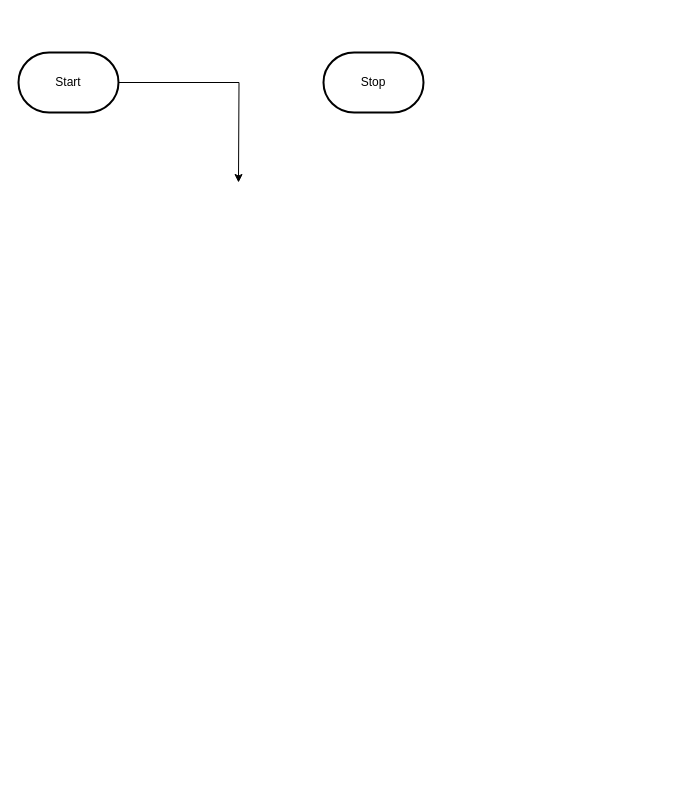
MTHS-ICD2O-1-2024/ICD2O-Unit-6-03-Olivia-Ten-Den keeps this draw.io diagram as design/flowchart.drawio. Above is the earlier version. Source tidied: cells renumbered, new cells numbered last; positions are measured from the earlier drawing's top-left corner, leaving out a move shared by most shapes. Both pictures are drawn from the tidied source at 100%, with x=0, y=0 at pixel (18, 52).
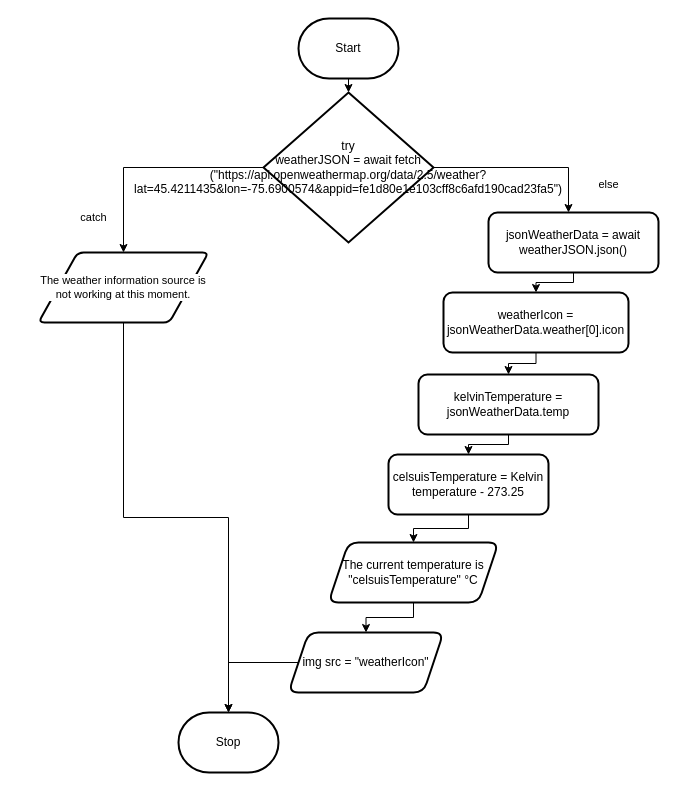
The same page after the edit.

Commit message:
finished flowchart?

Change to the diagram source:
```diff
@@
-    <mxCell id="2" style="edgeStyle=orthogonalEdgeStyle;shape=connector;rounded=0;html=1;strokeColor=default;align=center;verticalAlign=middle;fontFamily=Helvetica;fontSize=11;fontColor=default;labelBackgroundColor=default;endArrow=classic;" parent="1" edge="1" source="3">
-      <mxGeometry relative="1" as="geometry">
-        <mxPoint x="220" y="130" as="targetPoint" />
-      </mxGeometry>
-    </mxCell>
+    <mxCell id="5" style="edgeStyle=orthogonalEdgeStyle;shape=connector;rounded=0;html=1;strokeColor=default;align=center;verticalAlign=middle;fontFamily=Helvetica;fontSize=11;fontColor=default;labelBackgroundColor=default;endArrow=classic;" parent="1" edge="1" source="3" target="8">
+      <mxGeometry relative="1" as="geometry" />
+    </mxCell>
     <mxCell id="3" value="Start" style="strokeWidth=2;html=1;shape=mxgraph.flowchart.terminator;whiteSpace=wrap;" parent="1" vertex="1">
-      <mxGeometry width="100" height="60" as="geometry" />
+      <mxGeometry x="280" y="-34" width="100" height="60" as="geometry" />
     </mxCell>
     <mxCell id="4" value="Stop" style="strokeWidth=2;html=1;shape=mxgraph.flowchart.terminator;whiteSpace=wrap;" parent="1" vertex="1">
-      <mxGeometry x="305" width="100" height="60" as="geometry" />
+      <mxGeometry x="160" y="660" width="100" height="60" as="geometry" />
     </mxCell>
+    <mxCell id="6" style="edgeStyle=orthogonalEdgeStyle;shape=connector;rounded=0;html=1;strokeColor=default;align=center;verticalAlign=middle;fontFamily=Helvetica;fontSize=11;fontColor=default;labelBackgroundColor=default;endArrow=classic;entryX=0.5;entryY=0;entryDx=0;entryDy=0;" parent="1" edge="1" source="8" target="10">
+      <mxGeometry relative="1" as="geometry" />
+    </mxCell>
+    <mxCell id="7" style="edgeStyle=orthogonalEdgeStyle;shape=connector;rounded=0;html=1;strokeColor=default;align=center;verticalAlign=middle;fontFamily=Helvetica;fontSize=11;fontColor=default;labelBackgroundColor=default;endArrow=classic;" parent="1" edge="1" source="8" target="13">
+      <mxGeometry relative="1" as="geometry">
+        <Array as="points">
+          <mxPoint x="550" y="115" />
+        </Array>
+      </mxGeometry>
+    </mxCell>
+    <mxCell id="8" value="try&lt;div&gt;weatherJSON = await fetch&lt;/div&gt;&lt;div&gt;(&quot;https://api.openweathermap.org/data/2.5/weather?lat=45.4211435&amp;amp;lon=-75.6900574&amp;amp;appid=fe1d80e1e103cff8c6afd190cad23fa5&quot;)&lt;/div&gt;" style="rhombus;whiteSpace=wrap;html=1;strokeWidth=2;" parent="1" vertex="1">
+      <mxGeometry x="245" y="40" width="170" height="150" as="geometry" />
+    </mxCell>
+    <mxCell id="9" style="edgeStyle=orthogonalEdgeStyle;shape=connector;rounded=0;html=1;strokeColor=default;align=center;verticalAlign=middle;fontFamily=Helvetica;fontSize=11;fontColor=default;labelBackgroundColor=default;endArrow=classic;" parent="1" edge="1" source="10" target="4">
+      <mxGeometry relative="1" as="geometry" />
+    </mxCell>
+    <mxCell id="10" value="The weather information source is not working at this moment." style="shape=parallelogram;html=1;strokeWidth=2;perimeter=parallelogramPerimeter;whiteSpace=wrap;rounded=1;arcSize=12;size=0.23;fontFamily=Helvetica;fontSize=11;fontColor=default;labelBackgroundColor=default;" parent="1" vertex="1">
+      <mxGeometry x="20" y="200" width="170" height="70" as="geometry" />
+    </mxCell>
+    <mxCell id="11" value="catch" style="text;html=1;align=center;verticalAlign=middle;strokeColor=none;fillColor=none;fontFamily=Helvetica;fontSize=11;fontColor=default;labelBackgroundColor=default;" parent="1" vertex="1">
+      <mxGeometry x="50" y="150" width="50" height="30" as="geometry" />
+    </mxCell>
+    <mxCell id="12" style="edgeStyle=orthogonalEdgeStyle;shape=connector;rounded=0;html=1;strokeColor=default;align=center;verticalAlign=middle;fontFamily=Helvetica;fontSize=11;fontColor=default;labelBackgroundColor=default;endArrow=classic;" parent="1" edge="1" source="13" target="16">
+      <mxGeometry relative="1" as="geometry" />
+    </mxCell>
+    <mxCell id="13" value="jsonWeatherData = await weatherJSON.json()" style="rounded=1;whiteSpace=wrap;html=1;strokeWidth=2;" parent="1" vertex="1">
+      <mxGeometry x="470" y="160" width="170" height="60" as="geometry" />
+    </mxCell>
+    <mxCell id="14" value="else" style="text;html=1;align=center;verticalAlign=middle;strokeColor=none;fillColor=none;fontFamily=Helvetica;fontSize=11;fontColor=default;labelBackgroundColor=default;" parent="1" vertex="1">
+      <mxGeometry x="570" y="117" width="40" height="30" as="geometry" />
+    </mxCell>
+    <mxCell id="15" style="edgeStyle=orthogonalEdgeStyle;shape=connector;rounded=0;html=1;strokeColor=default;align=center;verticalAlign=middle;fontFamily=Helvetica;fontSize=11;fontColor=default;labelBackgroundColor=default;endArrow=classic;" parent="1" edge="1" source="16" target="18">
+      <mxGeometry relative="1" as="geometry" />
+    </mxCell>
+    <mxCell id="16" value="weatherIcon = jsonWeatherData.weather[0].icon" style="rounded=1;whiteSpace=wrap;html=1;strokeWidth=2;" parent="1" vertex="1">
+      <mxGeometry x="425" y="240" width="185" height="60" as="geometry" />
+    </mxCell>
+    <mxCell id="17" style="edgeStyle=orthogonalEdgeStyle;shape=connector;rounded=0;html=1;strokeColor=default;align=center;verticalAlign=middle;fontFamily=Helvetica;fontSize=11;fontColor=default;labelBackgroundColor=default;endArrow=classic;" parent="1" edge="1" source="18" target="20">
+      <mxGeometry relative="1" as="geometry" />
+    </mxCell>
+    <mxCell id="18" value="kelvinTemperature = jsonWeatherData.temp" style="whiteSpace=wrap;html=1;rounded=1;strokeWidth=2;" parent="1" vertex="1">
+      <mxGeometry x="400" y="322" width="180" height="60" as="geometry" />
+    </mxCell>
+    <mxCell id="19" style="edgeStyle=orthogonalEdgeStyle;shape=connector;rounded=0;html=1;strokeColor=default;align=center;verticalAlign=middle;fontFamily=Helvetica;fontSize=11;fontColor=default;labelBackgroundColor=default;endArrow=classic;" parent="1" edge="1" source="20" target="22">
+      <mxGeometry relative="1" as="geometry" />
+    </mxCell>
+    <mxCell id="20" value="celsuisTemperature = Kelvin temperature - 273.25" style="whiteSpace=wrap;html=1;rounded=1;strokeWidth=2;" parent="1" vertex="1">
+      <mxGeometry x="370" y="402" width="160" height="60" as="geometry" />
+    </mxCell>
+    <mxCell id="21" style="edgeStyle=orthogonalEdgeStyle;shape=connector;rounded=0;html=1;strokeColor=default;align=center;verticalAlign=middle;fontFamily=Helvetica;fontSize=11;fontColor=default;labelBackgroundColor=default;endArrow=classic;" parent="1" edge="1" source="22" target="24">
+      <mxGeometry relative="1" as="geometry" />
+    </mxCell>
+    <mxCell id="22" value="The current temperature is &quot;celsuisTemperature&quot;&amp;nbsp;°C" style="shape=parallelogram;perimeter=parallelogramPerimeter;whiteSpace=wrap;html=1;fixedSize=1;rounded=1;strokeWidth=2;" parent="1" vertex="1">
+      <mxGeometry x="310" y="490" width="170" height="60" as="geometry" />
+    </mxCell>
+    <mxCell id="23" style="edgeStyle=orthogonalEdgeStyle;shape=connector;rounded=0;html=1;strokeColor=default;align=center;verticalAlign=middle;fontFamily=Helvetica;fontSize=11;fontColor=default;labelBackgroundColor=default;endArrow=classic;" parent="1" edge="1" source="24" target="4">
+      <mxGeometry relative="1" as="geometry" />
+    </mxCell>
+    <mxCell id="24" value="img src = &quot;weatherIcon&quot;" style="shape=parallelogram;perimeter=parallelogramPerimeter;whiteSpace=wrap;html=1;fixedSize=1;rounded=1;strokeWidth=2;" parent="1" vertex="1">
+      <mxGeometry x="270" y="580" width="155" height="60" as="geometry" />
+    </mxCell>
```
